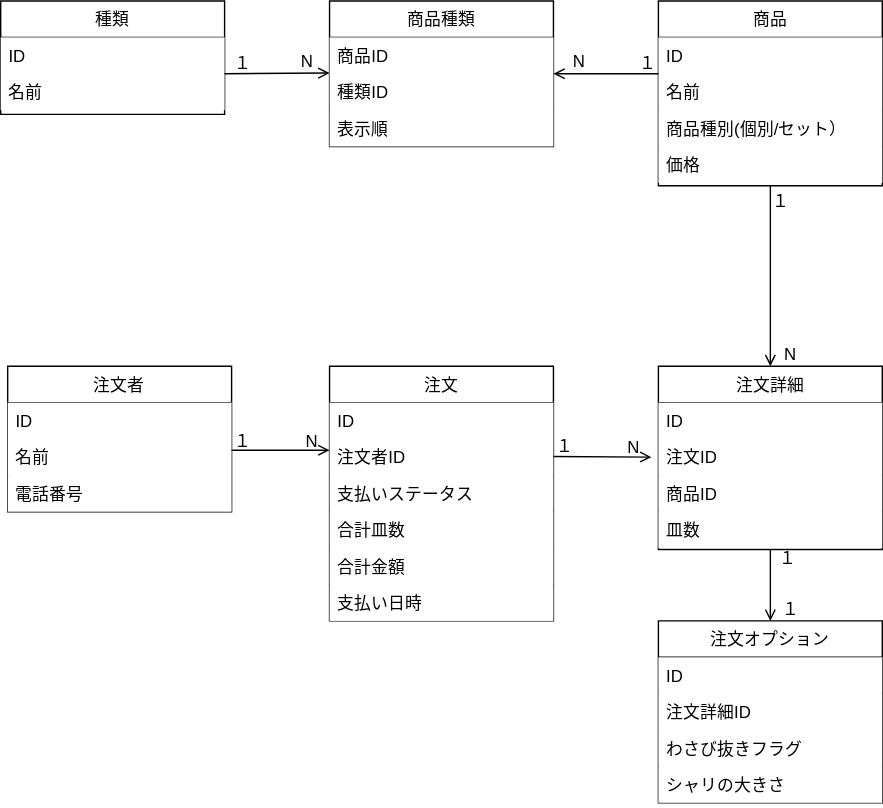
shun57/praha-challenge-task keeps this draw.io diagram as DBModel1/課題2.svg. Above is the earlier version. Source tidied: cells renumbered, new cells last; positions are measured from the earlier drawing's top-left corner, leaving out a move shared by most shapes.
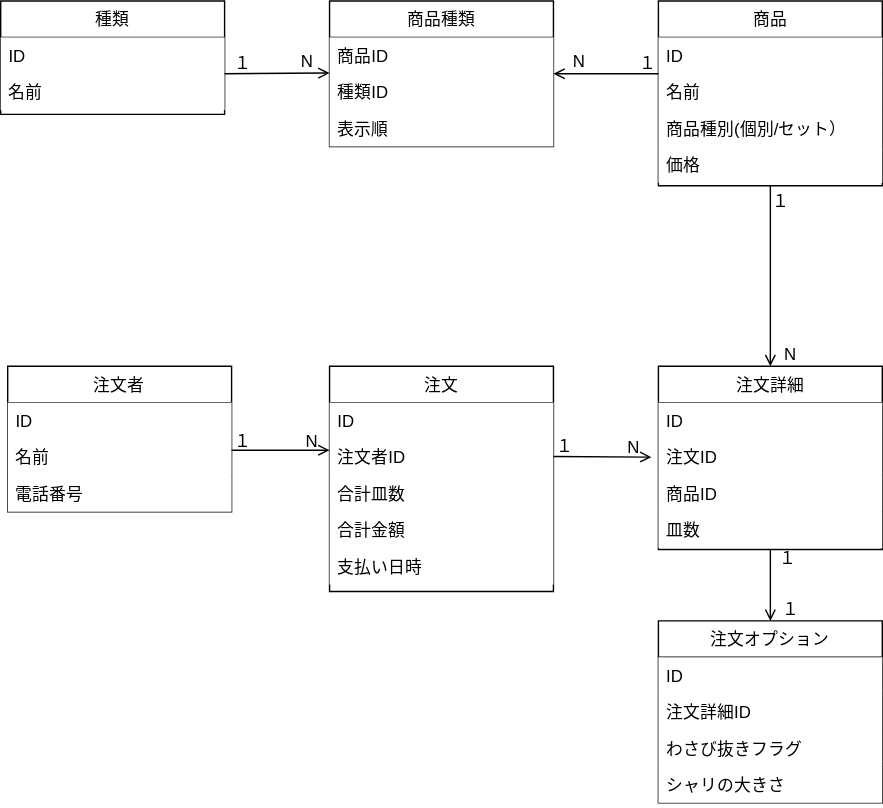
The same file after the commit.

Diff of the diagram source:
```diff
@@ -3,7 +3,7 @@
     <mxCell id="0" />
     <mxCell id="1" parent="0" />
     <mxCell id="2" value="注文" style="swimlane;fontStyle=0;align=center;verticalAlign=top;horizontal=1;startSize=26;rounded=0;shadow=0;strokeWidth=1;" parent="1" vertex="1">
-      <mxGeometry x="235" y="261" width="160" height="182" as="geometry" />
+      <mxGeometry x="235" y="261" width="160" height="161" as="geometry" />
     </mxCell>
     <mxCell id="3" value="ID&#10;" style="text;align=left;verticalAlign=top;spacingLeft=4;spacingRight=4;overflow=hidden;fillColor=default;" parent="2" vertex="1">
       <mxGeometry y="26" width="160" height="26" as="geometry" />
@@ -11,17 +11,14 @@
     <mxCell id="4" value="注文者ID&#10;" style="text;align=left;verticalAlign=top;spacingLeft=4;spacingRight=4;overflow=hidden;fillColor=default;" parent="2" vertex="1">
       <mxGeometry y="52" width="160" height="26" as="geometry" />
     </mxCell>
-    <mxCell id="5" value="支払いステータス&#10;" style="text;align=left;verticalAlign=top;spacingLeft=4;spacingRight=4;overflow=hidden;fillColor=default;" parent="2" vertex="1">
-      <mxGeometry y="78" width="160" height="26" as="geometry" />
-    </mxCell>
     <mxCell id="6" value="合計皿数&#10;" style="text;align=left;verticalAlign=top;spacingLeft=4;spacingRight=4;overflow=hidden;fillColor=default;" parent="2" vertex="1">
-      <mxGeometry y="104" width="160" height="26" as="geometry" />
+      <mxGeometry y="78" width="160" height="26" as="geometry" />
     </mxCell>
     <mxCell id="7" value="合計金額" style="text;align=left;verticalAlign=top;spacingLeft=4;spacingRight=4;overflow=hidden;fillColor=default;" parent="2" vertex="1">
-      <mxGeometry y="130" width="160" height="26" as="geometry" />
+      <mxGeometry y="104" width="160" height="26" as="geometry" />
     </mxCell>
     <mxCell id="8" value="支払い日時&#10;" style="text;align=left;verticalAlign=top;spacingLeft=4;spacingRight=4;overflow=hidden;fillColor=default;" parent="2" vertex="1">
-      <mxGeometry y="156" width="160" height="26" as="geometry" />
+      <mxGeometry y="130" width="160" height="26" as="geometry" />
     </mxCell>
     <mxCell id="9" value="商品" style="swimlane;fontStyle=0;align=center;verticalAlign=top;horizontal=1;startSize=26;rounded=0;shadow=0;strokeWidth=1;" parent="1" vertex="1">
       <mxGeometry x="470" width="160" height="132" as="geometry" />
```
